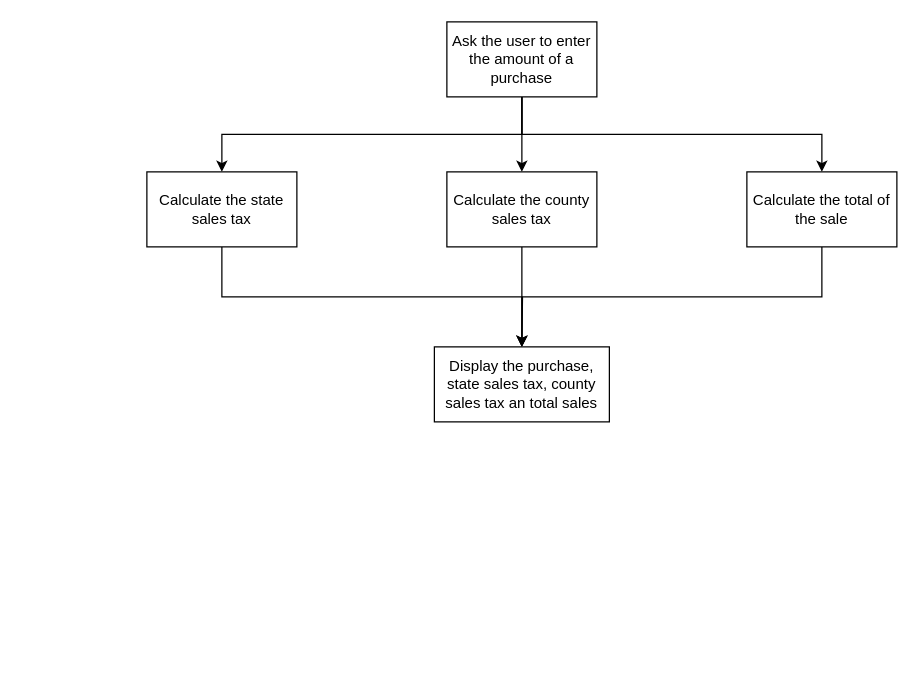
Earlier version of the draw.io diagram programingChallenges/Biểu đồ không có tiêu đề.drawio (lybahoang/Starting_out_with_Java_From_Control_Structures_to_Objects_6th). Source tidied: cells renumbered, new cells numbered last; positions are measured from the earlier drawing's top-left corner, leaving out a move shared by most shapes. Both pictures are drawn from the tidied source at 125%, with x=0, y=0 at pixel (146, 21).
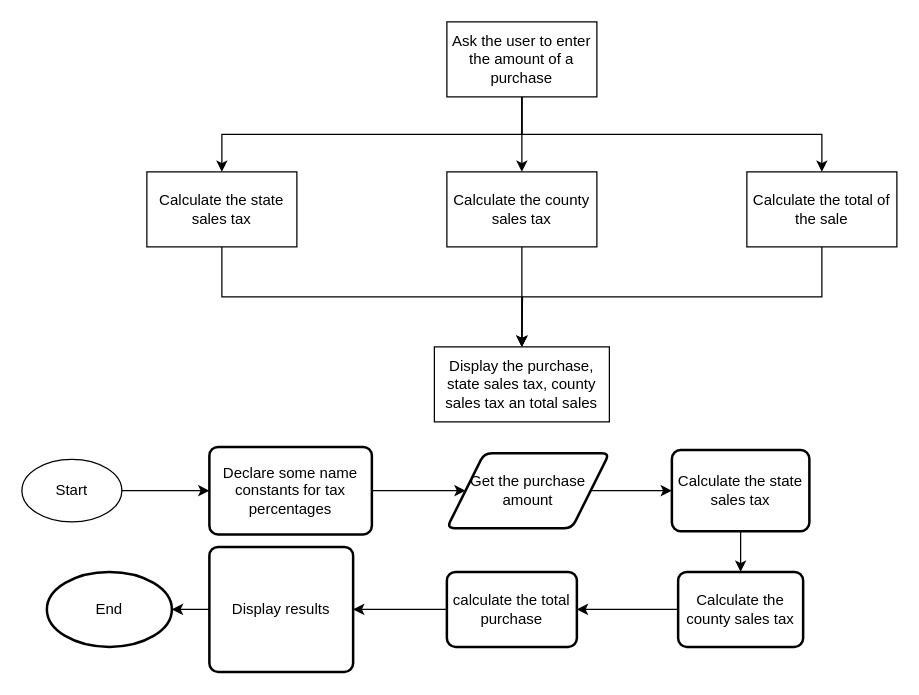
The same diagram, later.

Commit message:
Cập nhật Biểu đồ không có tiêu đề.drawio

What changed in the source:
```diff
@@
+    <mxCell id="13" style="edgeStyle=orthogonalEdgeStyle;rounded=0;jettySize=auto;html=1;entryX=0;entryY=0.5;entryDx=0;entryDy=0;" parent="1" edge="1" source="14" target="16">
+      <mxGeometry relative="1" as="geometry" />
+    </mxCell>
+    <mxCell id="14" value="Start" style="ellipse;whiteSpace=wrap;html=1;" parent="1" vertex="1">
+      <mxGeometry x="-100" y="350" width="80" height="50" as="geometry" />
+    </mxCell>
+    <mxCell id="15" style="edgeStyle=orthogonalEdgeStyle;rounded=0;jettySize=auto;html=1;exitX=1;exitY=0.5;exitDx=0;exitDy=0;" parent="1" edge="1" source="16" target="18">
+      <mxGeometry relative="1" as="geometry" />
+    </mxCell>
+    <mxCell id="16" value="Declare some name constants for tax percentages" style="rounded=1;whiteSpace=wrap;html=1;absoluteArcSize=1;arcSize=14;strokeWidth=2;" parent="1" vertex="1">
+      <mxGeometry x="50" y="340" width="130" height="70" as="geometry" />
+    </mxCell>
+    <mxCell id="17" style="edgeStyle=orthogonalEdgeStyle;rounded=0;jettySize=auto;html=1;exitX=1;exitY=0.5;exitDx=0;exitDy=0;" parent="1" edge="1" source="18" target="20">
+      <mxGeometry relative="1" as="geometry" />
+    </mxCell>
+    <mxCell id="18" value="Get the purchase amount" style="shape=parallelogram;html=1;strokeWidth=2;perimeter=parallelogramPerimeter;whiteSpace=wrap;rounded=1;arcSize=12;size=0.23;" parent="1" vertex="1">
+      <mxGeometry x="240" y="345" width="130" height="60" as="geometry" />
+    </mxCell>
+    <mxCell id="19" style="edgeStyle=orthogonalEdgeStyle;rounded=0;jettySize=auto;html=1;" parent="1" edge="1" source="20" target="22">
+      <mxGeometry relative="1" as="geometry" />
+    </mxCell>
+    <mxCell id="20" value="Calculate the state sales tax" style="rounded=1;whiteSpace=wrap;html=1;absoluteArcSize=1;arcSize=14;strokeWidth=2;" parent="1" vertex="1">
+      <mxGeometry x="420" y="342.5" width="110" height="65" as="geometry" />
+    </mxCell>
+    <mxCell id="21" style="edgeStyle=orthogonalEdgeStyle;rounded=0;jettySize=auto;html=1;" parent="1" edge="1" source="22" target="24">
+      <mxGeometry relative="1" as="geometry" />
+    </mxCell>
+    <mxCell id="22" value="Calculate the county sales tax" style="rounded=1;whiteSpace=wrap;html=1;absoluteArcSize=1;arcSize=14;strokeWidth=2;" parent="1" vertex="1">
+      <mxGeometry x="425" y="440" width="100" height="60" as="geometry" />
+    </mxCell>
+    <mxCell id="23" style="edgeStyle=orthogonalEdgeStyle;rounded=0;jettySize=auto;html=1;" parent="1" edge="1" source="24" target="26">
+      <mxGeometry relative="1" as="geometry" />
+    </mxCell>
+    <mxCell id="24" value="calculate the total purchase" style="rounded=1;whiteSpace=wrap;html=1;absoluteArcSize=1;arcSize=14;strokeWidth=2;" parent="1" vertex="1">
+      <mxGeometry x="240" y="440" width="104" height="60" as="geometry" />
+    </mxCell>
+    <mxCell id="25" style="edgeStyle=orthogonalEdgeStyle;rounded=0;jettySize=auto;html=1;" parent="1" edge="1" source="26" target="27">
+      <mxGeometry relative="1" as="geometry" />
+    </mxCell>
+    <mxCell id="26" value="Display results" style="rounded=1;whiteSpace=wrap;html=1;absoluteArcSize=1;arcSize=14;strokeWidth=2;" parent="1" vertex="1">
+      <mxGeometry x="50" y="420" width="115" height="100" as="geometry" />
+    </mxCell>
+    <mxCell id="27" value="End" style="strokeWidth=2;html=1;shape=mxgraph.flowchart.start_1;whiteSpace=wrap;" parent="1" vertex="1">
+      <mxGeometry x="-80" y="440" width="100" height="60" as="geometry" />
+    </mxCell>
```
